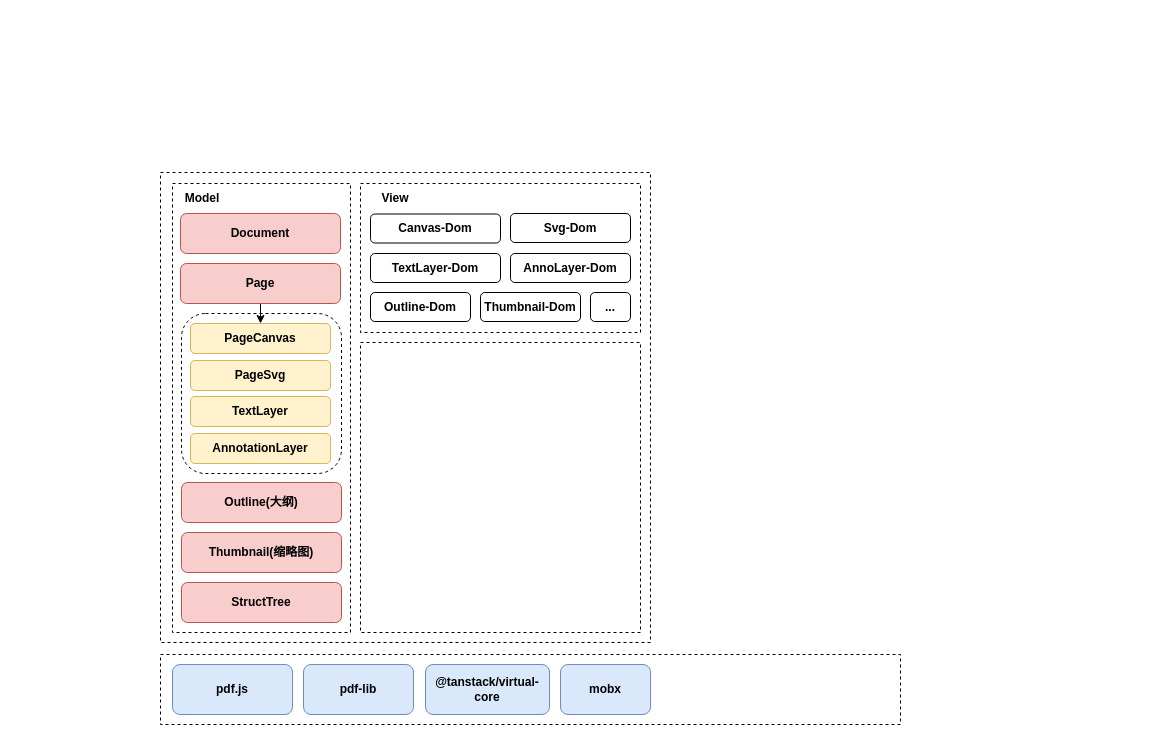
Above: 未命名绘图.drawio in bdwenxi/33-js-concepts (draw.io), before the change. Source tidied: cells renumbered, new cells numbered last; positions are measured from the earlier drawing's top-left corner, leaving out a move shared by most shapes. Both pictures are drawn from the tidied source at 100%, with x=0, y=0 at pixel (160, 172).
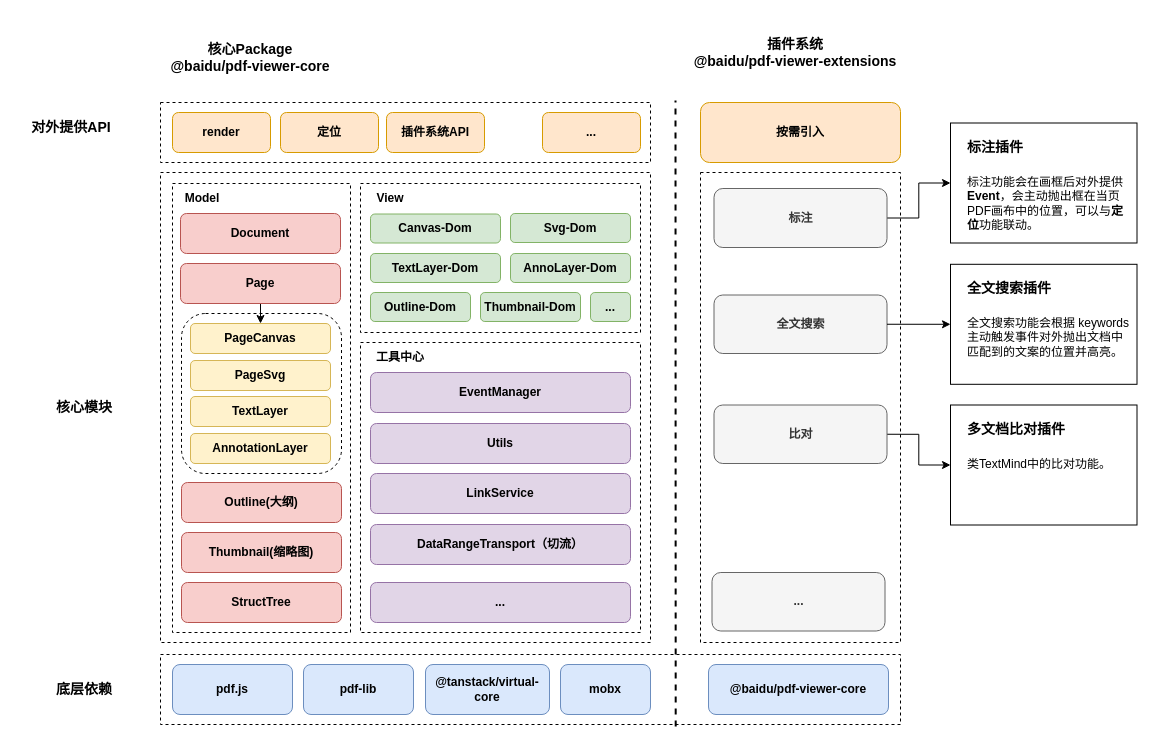
The same page after the edit.

The edit, as a diff of the source:
```diff
@@
     <mxCell id="23" value="&lt;b&gt;&lt;font style=&quot;font-size: 12px;&quot;&gt;View&lt;/font&gt;&lt;/b&gt;" style="text;html=1;strokeColor=none;fillColor=none;align=center;verticalAlign=middle;whiteSpace=wrap;rounded=0;" parent="1" vertex="1">
-      <mxGeometry x="205" y="11" width="60" height="30" as="geometry" />
+      <mxGeometry x="200" y="11" width="60" height="30" as="geometry" />
     </mxCell>
-    <mxCell id="24" value="&lt;b&gt;Canvas-Dom&lt;/b&gt;" style="rounded=1;whiteSpace=wrap;html=1;" parent="1" vertex="1">
+    <mxCell id="24" value="&lt;b&gt;Canvas-Dom&lt;/b&gt;" style="rounded=1;whiteSpace=wrap;html=1;fillColor=#d5e8d4;strokeColor=#82b366;" parent="1" vertex="1">
       <mxGeometry x="210" y="41.5" width="130" height="29" as="geometry" />
     </mxCell>
-    <mxCell id="25" value="&lt;b&gt;Svg-Dom&lt;/b&gt;" style="rounded=1;whiteSpace=wrap;html=1;" parent="1" vertex="1">
+    <mxCell id="25" value="&lt;b&gt;Svg-Dom&lt;/b&gt;" style="rounded=1;whiteSpace=wrap;html=1;fillColor=#d5e8d4;strokeColor=#82b366;" parent="1" vertex="1">
       <mxGeometry x="350" y="41" width="120" height="29" as="geometry" />
     </mxCell>
-    <mxCell id="26" value="&lt;b&gt;TextLayer-Dom&lt;/b&gt;" style="rounded=1;whiteSpace=wrap;html=1;" parent="1" vertex="1">
+    <mxCell id="26" value="&lt;b&gt;TextLayer-Dom&lt;/b&gt;" style="rounded=1;whiteSpace=wrap;html=1;fillColor=#d5e8d4;strokeColor=#82b366;" parent="1" vertex="1">
       <mxGeometry x="210" y="81" width="130" height="29" as="geometry" />
     </mxCell>
-    <mxCell id="27" value="&lt;b&gt;AnnoLayer-Dom&lt;/b&gt;" style="rounded=1;whiteSpace=wrap;html=1;" parent="1" vertex="1">
+    <mxCell id="27" value="&lt;b&gt;AnnoLayer-Dom&lt;/b&gt;" style="rounded=1;whiteSpace=wrap;html=1;fillColor=#d5e8d4;strokeColor=#82b366;" parent="1" vertex="1">
       <mxGeometry x="350" y="81" width="120" height="29" as="geometry" />
     </mxCell>
-    <mxCell id="28" value="&lt;b&gt;...&lt;/b&gt;" style="rounded=1;whiteSpace=wrap;html=1;" parent="1" vertex="1">
+    <mxCell id="28" value="&lt;b&gt;...&lt;/b&gt;" style="rounded=1;whiteSpace=wrap;html=1;fillColor=#d5e8d4;strokeColor=#82b366;" parent="1" vertex="1">
       <mxGeometry x="430" y="120" width="40" height="29" as="geometry" />
     </mxCell>
-    <mxCell id="29" value="&lt;b&gt;Outline-Dom&lt;/b&gt;" style="rounded=1;whiteSpace=wrap;html=1;" parent="1" vertex="1">
+    <mxCell id="29" value="&lt;b&gt;Outline-Dom&lt;/b&gt;" style="rounded=1;whiteSpace=wrap;html=1;fillColor=#d5e8d4;strokeColor=#82b366;" parent="1" vertex="1">
       <mxGeometry x="210" y="120" width="100" height="29" as="geometry" />
     </mxCell>
-    <mxCell id="30" value="&lt;b&gt;Thumbnail-Dom&lt;/b&gt;" style="rounded=1;whiteSpace=wrap;html=1;" parent="1" vertex="1">
+    <mxCell id="30" value="&lt;b&gt;Thumbnail-Dom&lt;/b&gt;" style="rounded=1;whiteSpace=wrap;html=1;fillColor=#d5e8d4;strokeColor=#82b366;" parent="1" vertex="1">
       <mxGeometry x="320" y="120" width="100" height="29" as="geometry" />
     </mxCell>
+    <mxCell id="31" value="&lt;b&gt;@baidu/pdf-viewer-core&lt;/b&gt;" style="rounded=1;whiteSpace=wrap;html=1;fillColor=#dae8fc;strokeColor=#6c8ebf;" parent="1" vertex="1">
+      <mxGeometry x="548" y="492" width="180" height="50" as="geometry" />
+    </mxCell>
+    <mxCell id="32" value="&lt;b&gt;&lt;font style=&quot;font-size: 12px;&quot;&gt;工具中心&lt;/font&gt;&lt;/b&gt;" style="text;html=1;strokeColor=none;fillColor=none;align=center;verticalAlign=middle;whiteSpace=wrap;rounded=0;" parent="1" vertex="1">
+      <mxGeometry x="200" y="170" width="80" height="30" as="geometry" />
+    </mxCell>
+    <mxCell id="33" value="&lt;b&gt;EventManager&lt;/b&gt;" style="rounded=1;whiteSpace=wrap;html=1;fillColor=#e1d5e7;strokeColor=#9673a6;" parent="1" vertex="1">
+      <mxGeometry x="210" y="200" width="260" height="40" as="geometry" />
+    </mxCell>
+    <mxCell id="34" value="&lt;b&gt;Utils&lt;/b&gt;" style="rounded=1;whiteSpace=wrap;html=1;fillColor=#e1d5e7;strokeColor=#9673a6;" parent="1" vertex="1">
+      <mxGeometry x="210" y="251" width="260" height="40" as="geometry" />
+    </mxCell>
+    <mxCell id="35" value="&lt;b&gt;LinkService&lt;/b&gt;" style="rounded=1;whiteSpace=wrap;html=1;fillColor=#e1d5e7;strokeColor=#9673a6;" parent="1" vertex="1">
+      <mxGeometry x="210" y="301" width="260" height="40" as="geometry" />
+    </mxCell>
+    <mxCell id="36" style="rounded=0;whiteSpace=wrap;html=1;fillColor=none;dashed=1;" parent="1" vertex="1">
+      <mxGeometry x="540" width="200" height="470" as="geometry" />
+    </mxCell>
+    <mxCell id="37" value="&lt;b&gt;DataRangeTransport（切流）&lt;/b&gt;" style="rounded=1;whiteSpace=wrap;html=1;fillColor=#e1d5e7;strokeColor=#9673a6;" parent="1" vertex="1">
+      <mxGeometry x="210" y="352" width="260" height="40" as="geometry" />
+    </mxCell>
+    <mxCell id="38" value="&lt;b&gt;...&lt;/b&gt;" style="rounded=1;whiteSpace=wrap;html=1;fillColor=#e1d5e7;strokeColor=#9673a6;" parent="1" vertex="1">
+      <mxGeometry x="210" y="410" width="260" height="40" as="geometry" />
+    </mxCell>
+    <mxCell id="39" style="rounded=0;whiteSpace=wrap;html=1;dashed=1;fillColor=none;" parent="1" vertex="1">
+      <mxGeometry y="-70" width="490" height="60" as="geometry" />
+    </mxCell>
+    <mxCell id="40" value="&lt;b&gt;按需引入&lt;/b&gt;" style="rounded=1;whiteSpace=wrap;html=1;fillColor=#ffe6cc;strokeColor=#d79b00;" parent="1" vertex="1">
+      <mxGeometry x="540" y="-70" width="200" height="60" as="geometry" />
+    </mxCell>
+    <mxCell id="41" value="&lt;b&gt;render&lt;/b&gt;" style="rounded=1;whiteSpace=wrap;html=1;fillColor=#ffe6cc;strokeColor=#d79b00;" parent="1" vertex="1">
+      <mxGeometry x="12" y="-60" width="98" height="40" as="geometry" />
+    </mxCell>
+    <mxCell id="42" value="&lt;b&gt;定位&lt;/b&gt;" style="rounded=1;whiteSpace=wrap;html=1;fillColor=#ffe6cc;strokeColor=#d79b00;" parent="1" vertex="1">
+      <mxGeometry x="120" y="-60" width="98" height="40" as="geometry" />
+    </mxCell>
+    <mxCell id="43" value="&lt;b&gt;插件系统API&lt;/b&gt;" style="rounded=1;whiteSpace=wrap;html=1;fillColor=#ffe6cc;strokeColor=#d79b00;" parent="1" vertex="1">
+      <mxGeometry x="226" y="-60" width="98" height="40" as="geometry" />
+    </mxCell>
+    <mxCell id="44" value="&lt;b&gt;...&lt;/b&gt;" style="rounded=1;whiteSpace=wrap;html=1;fillColor=#ffe6cc;strokeColor=#d79b00;" parent="1" vertex="1">
+      <mxGeometry x="382" y="-60" width="98" height="40" as="geometry" />
+    </mxCell>
+    <mxCell id="45" style="endArrow=none;dashed=1;html=1;rounded=0;exitX=0.703;exitY=1.057;exitDx=0;exitDy=0;exitPerimeter=0;strokeWidth=2;" parent="1" edge="1">
+      <mxGeometry relative="1" as="geometry">
+        <mxPoint x="515.2" y="554" as="sourcePoint" />
+        <mxPoint x="515" y="-72" as="targetPoint" />
+      </mxGeometry>
+    </mxCell>
+    <mxCell id="46" value="对外提供API" style="text;html=1;strokeColor=none;fillColor=none;align=center;verticalAlign=middle;whiteSpace=wrap;rounded=0;fontStyle=1;fontSize=14;" parent="1" vertex="1">
+      <mxGeometry x="-143" y="-60" width="108" height="30" as="geometry" />
+    </mxCell>
+    <mxCell id="47" value="核心模块" style="text;html=1;strokeColor=none;fillColor=none;align=center;verticalAlign=middle;whiteSpace=wrap;rounded=0;fontStyle=1;fontSize=14;" parent="1" vertex="1">
+      <mxGeometry x="-130" y="220" width="108" height="30" as="geometry" />
+    </mxCell>
+    <mxCell id="48" value="底层依赖" style="text;html=1;strokeColor=none;fillColor=none;align=center;verticalAlign=middle;whiteSpace=wrap;rounded=0;fontStyle=1;fontSize=14;" parent="1" vertex="1">
+      <mxGeometry x="-130" y="502" width="108" height="30" as="geometry" />
+    </mxCell>
+    <mxCell id="49" value="核心Package&lt;br&gt;@baidu/pdf-viewer-core" style="text;html=1;strokeColor=none;fillColor=none;align=center;verticalAlign=middle;whiteSpace=wrap;rounded=0;fontStyle=1;fontSize=14;" parent="1" vertex="1">
+      <mxGeometry y="-150" width="180" height="70" as="geometry" />
+    </mxCell>
+    <mxCell id="50" value="插件系统&lt;br&gt;@baidu/pdf-viewer-extensions" style="text;html=1;strokeColor=none;fillColor=none;align=center;verticalAlign=middle;whiteSpace=wrap;rounded=0;fontStyle=1;fontSize=14;" parent="1" vertex="1">
+      <mxGeometry x="530" y="-155" width="210" height="70" as="geometry" />
+    </mxCell>
+    <mxCell id="51" style="edgeStyle=orthogonalEdgeStyle;rounded=0;jettySize=auto;html=1;exitX=1;exitY=0.5;exitDx=0;exitDy=0;entryX=0;entryY=0.5;entryDx=0;entryDy=0;" parent="1" edge="1" source="52" target="53">
+      <mxGeometry relative="1" as="geometry" />
+    </mxCell>
+    <mxCell id="52" value="&lt;b&gt;标注&lt;/b&gt;" style="rounded=1;whiteSpace=wrap;html=1;fillColor=#f5f5f5;strokeColor=#666666;fontColor=#333333;" parent="1" vertex="1">
+      <mxGeometry x="553.5" y="16" width="173" height="59" as="geometry" />
+    </mxCell>
+    <mxCell id="53" style="rounded=0;whiteSpace=wrap;html=1;" parent="1" vertex="1">
+      <mxGeometry x="790" y="-49.5" width="186.5" height="120" as="geometry" />
+    </mxCell>
+    <mxCell id="54" value="&lt;h1&gt;&lt;font style=&quot;font-size: 14px;&quot;&gt;标注插件&lt;/font&gt;&lt;/h1&gt;&lt;p&gt;标注功能会在画框后对外提供&lt;b&gt;Event&lt;/b&gt;，会主动抛出框在当页PDF画布中的位置，可以与&lt;b&gt;定位&lt;/b&gt;功能联动。&lt;/p&gt;" style="text;html=1;strokeColor=none;fillColor=none;spacing=5;spacingTop=-20;whiteSpace=wrap;overflow=hidden;rounded=0;" parent="1" vertex="1">
+      <mxGeometry x="801.8" y="-48" width="173" height="113" as="geometry" />
+    </mxCell>
+    <mxCell id="55" value="&lt;b&gt;全文搜索&lt;/b&gt;" style="rounded=1;whiteSpace=wrap;html=1;fillColor=#f5f5f5;strokeColor=#666666;fontColor=#333333;" parent="1" vertex="1">
+      <mxGeometry x="553.5" y="122.5" width="173" height="58.5" as="geometry" />
+    </mxCell>
+    <mxCell id="56" style="edgeStyle=orthogonalEdgeStyle;rounded=0;jettySize=auto;html=1;exitX=1;exitY=0.5;exitDx=0;exitDy=0;entryX=0;entryY=0.5;entryDx=0;entryDy=0;" parent="1" edge="1" source="57" target="62">
+      <mxGeometry relative="1" as="geometry" />
+    </mxCell>
+    <mxCell id="57" value="&lt;b&gt;比对&lt;/b&gt;" style="rounded=1;whiteSpace=wrap;html=1;fillColor=#f5f5f5;strokeColor=#666666;fontColor=#333333;" parent="1" vertex="1">
+      <mxGeometry x="553.5" y="232.5" width="173" height="58.5" as="geometry" />
+    </mxCell>
+    <mxCell id="58" value="&lt;b&gt;...&lt;/b&gt;" style="rounded=1;whiteSpace=wrap;html=1;fillColor=#f5f5f5;strokeColor=#666666;fontColor=#333333;" parent="1" vertex="1">
+      <mxGeometry x="551.5" y="400" width="173" height="58.5" as="geometry" />
+    </mxCell>
+    <mxCell id="59" style="edgeStyle=orthogonalEdgeStyle;rounded=0;jettySize=auto;html=1;exitX=1;exitY=0.5;exitDx=0;exitDy=0;entryX=0;entryY=0.5;entryDx=0;entryDy=0;" parent="1" edge="1" source="55" target="60">
+      <mxGeometry relative="1" as="geometry" />
+    </mxCell>
+    <mxCell id="60" style="rounded=0;whiteSpace=wrap;html=1;" parent="1" vertex="1">
+      <mxGeometry x="790" y="91.8" width="186.5" height="120" as="geometry" />
+    </mxCell>
+    <mxCell id="61" value="&lt;h1&gt;&lt;font style=&quot;font-size: 14px;&quot;&gt;全文搜索插件&lt;/font&gt;&lt;/h1&gt;&lt;p&gt;全文搜索功能会根据 keywords 主动触发事件对外抛出文档中匹配到的文案的位置并高亮。&lt;/p&gt;" style="text;html=1;strokeColor=none;fillColor=none;spacing=5;spacingTop=-20;whiteSpace=wrap;overflow=hidden;rounded=0;" parent="1" vertex="1">
+      <mxGeometry x="801.8" y="93.2" width="173" height="113" as="geometry" />
+    </mxCell>
+    <mxCell id="62" style="rounded=0;whiteSpace=wrap;html=1;" parent="1" vertex="1">
+      <mxGeometry x="790" y="232.5" width="186.5" height="120" as="geometry" />
+    </mxCell>
+    <mxCell id="63" value="&lt;h1&gt;&lt;font style=&quot;font-size: 14px;&quot;&gt;多文档比对插件&lt;/font&gt;&lt;/h1&gt;&lt;p&gt;类TextMind中的比对功能。&lt;/p&gt;" style="text;html=1;strokeColor=none;fillColor=none;spacing=5;spacingTop=-20;whiteSpace=wrap;overflow=hidden;rounded=0;" parent="1" vertex="1">
+      <mxGeometry x="801.8" y="234" width="173" height="113" as="geometry" />
+    </mxCell>
```
